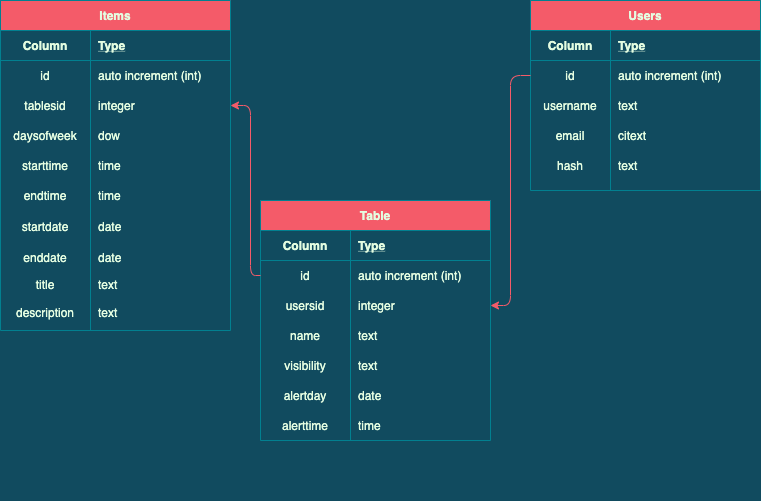
Above: Database.png in ItsThompson/timepulse (draw.io), before the change. Source tidied: cells renumbered, new cells last; positions are measured from the earlier drawing's top-left corner, leaving out a move shared by most shapes. The source it was exported from:
```xml
<mxGraphModel background="#114B5F">
  <root>
    <mxCell id="0" />
    <mxCell id="1" parent="0" />
    <mxCell id="2" style="group;fontColor=#E4FDE1;" parent="1" vertex="1">
      <mxGeometry x="530" width="230" height="200" as="geometry" />
    </mxCell>
    <mxCell id="3" style="group;fontColor=#E4FDE1;" parent="2" vertex="1">
      <mxGeometry width="230" height="190" as="geometry" />
    </mxCell>
    <mxCell id="4" value="hash" style="shape=partialRectangle;fillColor=none;top=0;left=0;bottom=0;right=0;overflow=hidden;strokeColor=#028090;fontColor=#E4FDE1;" parent="3" vertex="1">
      <mxGeometry y="150" width="80" height="30" as="geometry" />
    </mxCell>
    <mxCell id="5" style="group;fontColor=#E4FDE1;" parent="3" vertex="1">
      <mxGeometry width="230" height="190" as="geometry" />
    </mxCell>
    <mxCell id="6" value="Users" style="shape=table;startSize=30;rowLines=0;fontStyle=1;align=center;fillColor=#F45B69;strokeColor=#028090;fontColor=#E4FDE1;" parent="5" vertex="1">
      <mxGeometry width="230" height="190" as="geometry" />
    </mxCell>
    <mxCell id="7" style="shape=partialRectangle;fillColor=none;top=0;left=0;bottom=1;right=0;strokeColor=#028090;fontColor=#E4FDE1;" parent="6" vertex="1">
      <mxGeometry y="30" width="230" height="30" as="geometry" />
    </mxCell>
    <mxCell id="8" value="Column" style="shape=partialRectangle;fillColor=none;top=0;left=0;bottom=0;right=0;fontStyle=1;overflow=hidden;strokeColor=#028090;fontColor=#E4FDE1;" parent="7" vertex="1">
      <mxGeometry width="80" height="30" as="geometry" />
    </mxCell>
    <mxCell id="9" value="Type" style="shape=partialRectangle;fillColor=none;top=0;left=0;bottom=0;right=0;align=left;spacingLeft=6;fontStyle=5;overflow=hidden;strokeColor=#028090;fontColor=#E4FDE1;" parent="7" vertex="1">
      <mxGeometry x="80" width="150" height="30" as="geometry" />
    </mxCell>
    <mxCell id="10" style="shape=partialRectangle;fillColor=none;top=0;left=0;bottom=0;right=0;points=[[0,0.5],[1,0.5]];portConstraint=eastwest;strokeColor=#028090;fontColor=#E4FDE1;" parent="6" vertex="1">
      <mxGeometry y="60" width="230" height="30" as="geometry" />
    </mxCell>
    <mxCell id="11" value="id" style="shape=partialRectangle;fillColor=none;top=0;left=0;bottom=0;right=0;overflow=hidden;strokeColor=#028090;fontColor=#E4FDE1;" parent="10" vertex="1">
      <mxGeometry width="80" height="30" as="geometry" />
    </mxCell>
    <mxCell id="12" value="auto increment (int)" style="shape=partialRectangle;fillColor=none;top=0;left=0;bottom=0;right=0;align=left;spacingLeft=6;overflow=hidden;strokeColor=#028090;fontColor=#E4FDE1;" parent="10" vertex="1">
      <mxGeometry x="80" width="150" height="30" as="geometry" />
    </mxCell>
    <mxCell id="13" style="shape=partialRectangle;fillColor=none;top=0;left=0;bottom=0;right=0;strokeColor=#028090;fontColor=#E4FDE1;" parent="6" vertex="1">
      <mxGeometry y="90" width="230" height="30" as="geometry" />
    </mxCell>
    <mxCell id="14" value="username" style="shape=partialRectangle;fillColor=none;top=0;left=0;bottom=0;right=0;overflow=hidden;strokeColor=#028090;fontColor=#E4FDE1;" parent="13" vertex="1">
      <mxGeometry width="80" height="30" as="geometry" />
    </mxCell>
    <mxCell id="15" value="text" style="shape=partialRectangle;fillColor=none;top=0;left=0;bottom=0;right=0;align=left;spacingLeft=6;overflow=hidden;strokeColor=#028090;fontColor=#E4FDE1;" parent="13" vertex="1">
      <mxGeometry x="80" width="150" height="30" as="geometry" />
    </mxCell>
    <mxCell id="16" style="shape=partialRectangle;fillColor=none;top=0;left=0;bottom=0;right=0;strokeColor=#028090;fontColor=#E4FDE1;" parent="6" vertex="1">
      <mxGeometry y="120" width="230" height="30" as="geometry" />
    </mxCell>
    <mxCell id="17" value="email" style="shape=partialRectangle;fillColor=none;top=0;left=0;bottom=0;right=0;overflow=hidden;strokeColor=#028090;fontColor=#E4FDE1;" parent="16" vertex="1">
      <mxGeometry width="80" height="30" as="geometry" />
    </mxCell>
    <mxCell id="18" value="citext" style="shape=partialRectangle;fillColor=none;top=0;left=0;bottom=0;right=0;align=left;spacingLeft=6;overflow=hidden;strokeColor=#028090;fontColor=#E4FDE1;" parent="16" vertex="1">
      <mxGeometry x="80" width="150" height="30" as="geometry" />
    </mxCell>
    <mxCell id="19" value="text" style="shape=partialRectangle;fillColor=none;top=0;left=0;bottom=0;right=0;align=left;spacingLeft=6;overflow=hidden;strokeColor=#028090;fontColor=#E4FDE1;" parent="5" vertex="1">
      <mxGeometry x="80" y="150" width="150" height="30" as="geometry" />
    </mxCell>
    <mxCell id="20" style="edgeStyle=orthogonalEdgeStyle;curved=0;rounded=1;sketch=0;jettySize=auto;html=1;entryX=1;entryY=0.5;entryDx=0;entryDy=0;fillColor=#F45B69;fontColor=#E4FDE1;labelBackgroundColor=#114B5F;strokeColor=#F45B69;" parent="1" edge="1" source="10" target="58">
      <mxGeometry relative="1" as="geometry" />
    </mxCell>
    <mxCell id="21" style="group;fontColor=#E4FDE1;" parent="1" vertex="1">
      <mxGeometry width="230" height="500" as="geometry" />
    </mxCell>
    <mxCell id="22" style="group;fontColor=#E4FDE1;" parent="21" vertex="1">
      <mxGeometry width="230" height="500" as="geometry" />
    </mxCell>
    <mxCell id="23" style="group;fontColor=#E4FDE1;" parent="22" vertex="1">
      <mxGeometry width="230" height="500" as="geometry" />
    </mxCell>
    <mxCell id="24" style="group;fontColor=#E4FDE1;" parent="23" vertex="1">
      <mxGeometry width="230" height="500" as="geometry" />
    </mxCell>
    <mxCell id="25" value="Items" style="shape=table;startSize=30;rowLines=0;fontStyle=1;align=center;fillColor=#F45B69;strokeColor=#028090;fontColor=#E4FDE1;" parent="24" vertex="1">
      <mxGeometry width="230" height="330" as="geometry" />
    </mxCell>
    <mxCell id="26" style="shape=partialRectangle;fillColor=none;top=0;left=0;bottom=1;right=0;strokeColor=#028090;fontColor=#E4FDE1;" parent="25" vertex="1">
      <mxGeometry y="30" width="230" height="30" as="geometry" />
    </mxCell>
    <mxCell id="27" value="Column" style="shape=partialRectangle;fillColor=none;top=0;left=0;bottom=0;right=0;fontStyle=1;overflow=hidden;strokeColor=#028090;fontColor=#E4FDE1;" parent="26" vertex="1">
      <mxGeometry width="90" height="30" as="geometry" />
    </mxCell>
    <mxCell id="28" value="Type" style="shape=partialRectangle;fillColor=none;top=0;left=0;bottom=0;right=0;align=left;spacingLeft=6;fontStyle=5;overflow=hidden;strokeColor=#028090;fontColor=#E4FDE1;" parent="26" vertex="1">
      <mxGeometry x="90" width="140" height="30" as="geometry" />
    </mxCell>
    <mxCell id="29" style="shape=partialRectangle;fillColor=none;top=0;left=0;bottom=0;right=0;strokeColor=#028090;fontColor=#E4FDE1;" parent="25" vertex="1">
      <mxGeometry y="60" width="230" height="30" as="geometry" />
    </mxCell>
    <mxCell id="30" value="id" style="shape=partialRectangle;fillColor=none;top=0;left=0;bottom=0;right=0;overflow=hidden;strokeColor=#028090;fontColor=#E4FDE1;" parent="29" vertex="1">
      <mxGeometry width="90" height="30" as="geometry" />
    </mxCell>
    <mxCell id="31" value="auto increment (int)" style="shape=partialRectangle;fillColor=none;top=0;left=0;bottom=0;right=0;align=left;spacingLeft=6;overflow=hidden;strokeColor=#028090;fontColor=#E4FDE1;" parent="29" vertex="1">
      <mxGeometry x="90" width="140" height="30" as="geometry" />
    </mxCell>
    <mxCell id="32" style="shape=partialRectangle;fillColor=none;top=0;left=0;bottom=0;right=0;points=[[0,0.5],[1,0.5]];portConstraint=eastwest;strokeColor=#028090;fontColor=#E4FDE1;" parent="25" vertex="1">
      <mxGeometry y="90" width="230" height="30" as="geometry" />
    </mxCell>
    <mxCell id="33" value="tablesid" style="shape=partialRectangle;fillColor=none;top=0;left=0;bottom=0;right=0;overflow=hidden;strokeColor=#028090;fontColor=#E4FDE1;" parent="32" vertex="1">
      <mxGeometry width="90" height="30" as="geometry" />
    </mxCell>
    <mxCell id="34" value="integer" style="shape=partialRectangle;fillColor=none;top=0;left=0;bottom=0;right=0;align=left;spacingLeft=6;overflow=hidden;strokeColor=#028090;fontColor=#E4FDE1;" parent="32" vertex="1">
      <mxGeometry x="90" width="140" height="30" as="geometry" />
    </mxCell>
    <mxCell id="35" style="shape=partialRectangle;fillColor=none;top=0;left=0;bottom=0;right=0;strokeColor=#028090;fontColor=#E4FDE1;" parent="25" vertex="1">
      <mxGeometry y="120" width="230" height="30" as="geometry" />
    </mxCell>
    <mxCell id="36" value="daysofweek" style="shape=partialRectangle;fillColor=none;top=0;left=0;bottom=0;right=0;overflow=hidden;strokeColor=#028090;fontColor=#E4FDE1;" parent="35" vertex="1">
      <mxGeometry width="90" height="30" as="geometry" />
    </mxCell>
    <mxCell id="37" value="dow" style="shape=partialRectangle;fillColor=none;top=0;left=0;bottom=0;right=0;align=left;spacingLeft=6;overflow=hidden;strokeColor=#028090;fontColor=#E4FDE1;" parent="35" vertex="1">
      <mxGeometry x="90" width="140" height="30" as="geometry" />
    </mxCell>
    <mxCell id="38" value="date" style="shape=partialRectangle;fillColor=none;top=0;left=0;bottom=0;right=0;align=left;spacingLeft=6;overflow=hidden;strokeColor=#028090;fontColor=#E4FDE1;" parent="24" vertex="1">
      <mxGeometry x="90" y="210" width="140" height="32.6" as="geometry" />
    </mxCell>
    <mxCell id="39" value="date" style="shape=partialRectangle;fillColor=none;top=0;left=0;bottom=0;right=0;align=left;spacingLeft=6;overflow=hidden;strokeColor=#028090;fontColor=#E4FDE1;" parent="24" vertex="1">
      <mxGeometry x="90" y="242.6" width="140" height="28.9" as="geometry" />
    </mxCell>
    <mxCell id="40" value="enddate" style="shape=partialRectangle;fillColor=none;top=0;left=0;bottom=0;right=0;overflow=hidden;strokeColor=#028090;fontColor=#E4FDE1;" parent="24" vertex="1">
      <mxGeometry y="242.6" width="90" height="28.9" as="geometry" />
    </mxCell>
    <mxCell id="41" value="startdate" style="shape=partialRectangle;fillColor=none;top=0;left=0;bottom=0;right=0;overflow=hidden;strokeColor=#028090;fontColor=#E4FDE1;" parent="24" vertex="1">
      <mxGeometry y="210" width="90" height="32.6" as="geometry" />
    </mxCell>
    <mxCell id="42" value="endtime" style="shape=partialRectangle;fillColor=none;top=0;left=0;bottom=0;right=0;overflow=hidden;strokeColor=#028090;fontColor=#E4FDE1;" parent="24" vertex="1">
      <mxGeometry y="180" width="90" height="30" as="geometry" />
    </mxCell>
    <mxCell id="43" value="time" style="shape=partialRectangle;fillColor=none;top=0;left=0;bottom=0;right=0;align=left;spacingLeft=6;overflow=hidden;strokeColor=#028090;fontColor=#E4FDE1;" parent="24" vertex="1">
      <mxGeometry x="90" y="180" width="140" height="30" as="geometry" />
    </mxCell>
    <mxCell id="44" value="title" style="shape=partialRectangle;fillColor=none;top=0;left=0;bottom=0;right=0;overflow=hidden;strokeColor=#028090;fontColor=#E4FDE1;" parent="24" vertex="1">
      <mxGeometry y="271.5" width="90" height="25.2" as="geometry" />
    </mxCell>
    <mxCell id="45" value="text" style="shape=partialRectangle;fillColor=none;top=0;left=0;bottom=0;right=0;align=left;spacingLeft=6;overflow=hidden;strokeColor=#028090;fontColor=#E4FDE1;" parent="24" vertex="1">
      <mxGeometry x="90" y="271.5" width="140" height="25.2" as="geometry" />
    </mxCell>
    <mxCell id="46" value="description" style="shape=partialRectangle;fillColor=none;top=0;left=0;bottom=0;right=0;overflow=hidden;strokeColor=#028090;fontColor=#E4FDE1;" parent="24" vertex="1">
      <mxGeometry y="296.7" width="90" height="31.5" as="geometry" />
    </mxCell>
    <mxCell id="47" value="text" style="shape=partialRectangle;fillColor=none;top=0;left=0;bottom=0;right=0;align=left;spacingLeft=6;overflow=hidden;strokeColor=#028090;fontColor=#E4FDE1;" parent="24" vertex="1">
      <mxGeometry x="90" y="296.7" width="140" height="31.5" as="geometry" />
    </mxCell>
    <mxCell id="48" value="starttime" style="shape=partialRectangle;fillColor=none;top=0;left=0;bottom=0;right=0;overflow=hidden;strokeColor=#028090;fontColor=#E4FDE1;" parent="24" vertex="1">
      <mxGeometry y="150" width="90" height="30" as="geometry" />
    </mxCell>
    <mxCell id="49" value="time" style="shape=partialRectangle;fillColor=none;top=0;left=0;bottom=0;right=0;align=left;spacingLeft=6;overflow=hidden;strokeColor=#028090;fontColor=#E4FDE1;" parent="24" vertex="1">
      <mxGeometry x="90" y="150" width="140" height="30" as="geometry" />
    </mxCell>
    <mxCell id="50" style="group;fontColor=#E4FDE1;" parent="1" vertex="1">
      <mxGeometry x="260" y="200" width="230" height="280" as="geometry" />
    </mxCell>
    <mxCell id="51" value="Table" style="shape=table;startSize=30;rowLines=0;fontStyle=1;align=center;rounded=0;sketch=0;strokeColor=#028090;fillColor=#F45B69;fontColor=#E4FDE1;" parent="50" vertex="1">
      <mxGeometry width="230" height="240" as="geometry" />
    </mxCell>
    <mxCell id="52" style="shape=partialRectangle;fillColor=none;top=0;left=0;bottom=1;right=0;strokeColor=#028090;fontColor=#E4FDE1;" parent="51" vertex="1">
      <mxGeometry y="30" width="230" height="30" as="geometry" />
    </mxCell>
    <mxCell id="53" value="Column" style="shape=partialRectangle;fillColor=none;top=0;left=0;bottom=0;right=0;fontStyle=1;overflow=hidden;strokeColor=#028090;fontColor=#E4FDE1;" parent="52" vertex="1">
      <mxGeometry width="90" height="30" as="geometry" />
    </mxCell>
    <mxCell id="54" value="Type" style="shape=partialRectangle;fillColor=none;top=0;left=0;bottom=0;right=0;align=left;spacingLeft=6;fontStyle=5;overflow=hidden;strokeColor=#028090;fontColor=#E4FDE1;" parent="52" vertex="1">
      <mxGeometry x="90" width="140" height="30" as="geometry" />
    </mxCell>
    <mxCell id="55" style="shape=partialRectangle;fillColor=none;top=0;left=0;bottom=0;right=0;points=[[0,0.5],[1,0.5]];portConstraint=eastwest;strokeColor=#028090;fontColor=#E4FDE1;" parent="51" vertex="1">
      <mxGeometry y="60" width="230" height="30" as="geometry" />
    </mxCell>
    <mxCell id="56" value="id" style="shape=partialRectangle;fillColor=none;top=0;left=0;bottom=0;right=0;overflow=hidden;strokeColor=#028090;fontColor=#E4FDE1;" parent="55" vertex="1">
      <mxGeometry width="90" height="30" as="geometry" />
    </mxCell>
    <mxCell id="57" value="auto increment (int)" style="shape=partialRectangle;fillColor=none;top=0;left=0;bottom=0;right=0;align=left;spacingLeft=6;overflow=hidden;strokeColor=#028090;fontColor=#E4FDE1;" parent="55" vertex="1">
      <mxGeometry x="90" width="140" height="30" as="geometry" />
    </mxCell>
    <mxCell id="58" style="shape=partialRectangle;fillColor=none;top=0;left=0;bottom=0;right=0;points=[[0,0.5],[1,0.5]];portConstraint=eastwest;strokeColor=#028090;fontColor=#E4FDE1;" parent="51" vertex="1">
      <mxGeometry y="90" width="230" height="30" as="geometry" />
    </mxCell>
    <mxCell id="59" value="usersid" style="shape=partialRectangle;fillColor=none;top=0;left=0;bottom=0;right=0;overflow=hidden;strokeColor=#028090;fontColor=#E4FDE1;" parent="58" vertex="1">
      <mxGeometry width="90" height="30" as="geometry" />
    </mxCell>
    <mxCell id="60" value="integer" style="shape=partialRectangle;fillColor=none;top=0;left=0;bottom=0;right=0;align=left;spacingLeft=6;overflow=hidden;strokeColor=#028090;fontColor=#E4FDE1;" parent="58" vertex="1">
      <mxGeometry x="90" width="140" height="30" as="geometry" />
    </mxCell>
    <mxCell id="61" style="shape=partialRectangle;fillColor=none;top=0;left=0;bottom=0;right=0;strokeColor=#028090;fontColor=#E4FDE1;" parent="51" vertex="1">
      <mxGeometry y="120" width="230" height="30" as="geometry" />
    </mxCell>
    <mxCell id="62" value="name" style="shape=partialRectangle;fillColor=none;top=0;left=0;bottom=0;right=0;overflow=hidden;strokeColor=#028090;fontColor=#E4FDE1;" parent="61" vertex="1">
      <mxGeometry width="90" height="30" as="geometry" />
    </mxCell>
    <mxCell id="63" value="text" style="shape=partialRectangle;fillColor=none;top=0;left=0;bottom=0;right=0;align=left;spacingLeft=6;overflow=hidden;strokeColor=#028090;fontColor=#E4FDE1;" parent="61" vertex="1">
      <mxGeometry x="90" width="140" height="30" as="geometry" />
    </mxCell>
    <mxCell id="64" value="visibility" style="shape=partialRectangle;fillColor=none;top=0;left=0;bottom=0;right=0;overflow=hidden;strokeColor=#028090;fontColor=#E4FDE1;" parent="50" vertex="1">
      <mxGeometry y="150" width="90" height="30" as="geometry" />
    </mxCell>
    <mxCell id="65" value="text" style="shape=partialRectangle;fillColor=none;top=0;left=0;bottom=0;right=0;align=left;spacingLeft=6;overflow=hidden;strokeColor=#028090;fontColor=#E4FDE1;" parent="50" vertex="1">
      <mxGeometry x="90" y="150" width="140" height="30" as="geometry" />
    </mxCell>
    <mxCell id="66" value="alertday" style="shape=partialRectangle;fillColor=none;top=0;left=0;bottom=0;right=0;overflow=hidden;strokeColor=#028090;fontColor=#E4FDE1;" parent="50" vertex="1">
      <mxGeometry y="180" width="90" height="30" as="geometry" />
    </mxCell>
    <mxCell id="67" value="date" style="shape=partialRectangle;fillColor=none;top=0;left=0;bottom=0;right=0;align=left;spacingLeft=6;overflow=hidden;strokeColor=#028090;fontColor=#E4FDE1;" parent="50" vertex="1">
      <mxGeometry x="90" y="180" width="140" height="30" as="geometry" />
    </mxCell>
    <mxCell id="68" style="edgeStyle=orthogonalEdgeStyle;curved=0;rounded=1;sketch=0;jettySize=auto;html=1;entryX=1;entryY=0.5;entryDx=0;entryDy=0;fillColor=#F45B69;fontColor=#E4FDE1;strokeColor=#F45B69;" parent="1" edge="1" source="55" target="32">
      <mxGeometry relative="1" as="geometry">
        <Array as="points">
          <mxPoint x="250" y="275" />
          <mxPoint x="250" y="105" />
        </Array>
      </mxGeometry>
    </mxCell>
    <mxCell id="69" value="alerttime" style="shape=partialRectangle;fillColor=none;top=0;left=0;bottom=0;right=0;overflow=hidden;strokeColor=#028090;fontColor=#E4FDE1;" parent="1" vertex="1">
      <mxGeometry x="260" y="410" width="90" height="30" as="geometry" />
    </mxCell>
    <mxCell id="70" value="time" style="shape=partialRectangle;fillColor=none;top=0;left=0;bottom=0;right=0;align=left;spacingLeft=6;overflow=hidden;strokeColor=#028090;fontColor=#E4FDE1;" parent="1" vertex="1">
      <mxGeometry x="350" y="410" width="140" height="30" as="geometry" />
    </mxCell>
  </root>
</mxGraphModel>
```
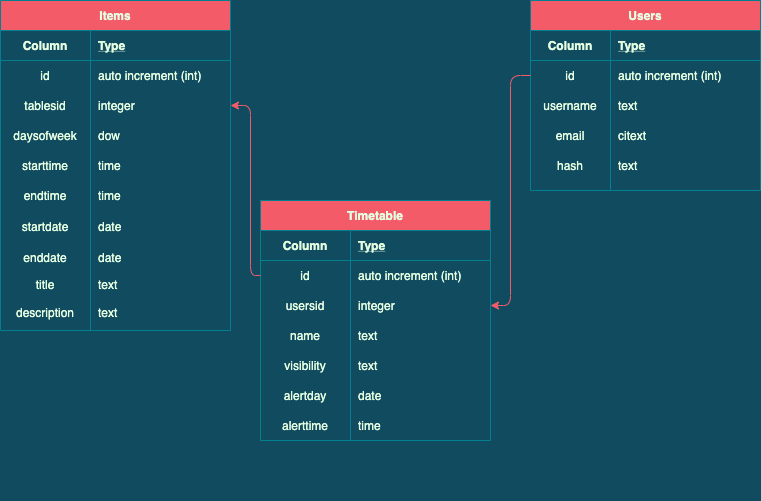
After the change.

Change to the diagram source:
```diff
@@ -149,7 +149,7 @@
     <mxCell id="50" style="group;fontColor=#E4FDE1;" parent="1" vertex="1">
       <mxGeometry x="260" y="200" width="230" height="280" as="geometry" />
     </mxCell>
-    <mxCell id="51" value="Table" style="shape=table;startSize=30;rowLines=0;fontStyle=1;align=center;rounded=0;sketch=0;strokeColor=#028090;fillColor=#F45B69;fontColor=#E4FDE1;" parent="50" vertex="1">
+    <mxCell id="51" value="Timetable" style="shape=table;startSize=30;rowLines=0;fontStyle=1;align=center;rounded=0;sketch=0;strokeColor=#028090;fillColor=#F45B69;fontColor=#E4FDE1;" parent="50" vertex="1">
       <mxGeometry width="230" height="240" as="geometry" />
     </mxCell>
     <mxCell id="52" style="shape=partialRectangle;fillColor=none;top=0;left=0;bottom=1;right=0;strokeColor=#028090;fontColor=#E4FDE1;" parent="51" vertex="1">
```
